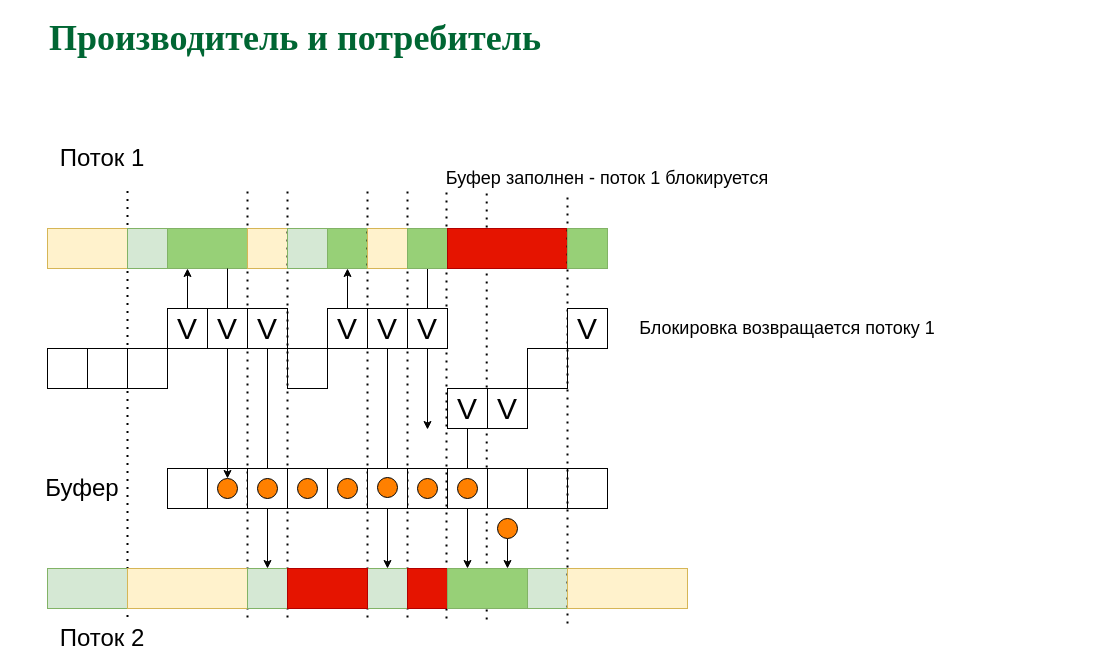
77maxikov/os_course keeps this draw.io diagram as page "Copy of ProCon - fail" (5 of 5) of sync.drawio. Above is the earlier version. Source tidied: cells renumbered, new cells numbered last; positions are measured from the earlier drawing's top-left corner, leaving out a move shared by most shapes. Both pictures are drawn from the tidied source at 100%, with x=0, y=0 at pixel (17, 28).
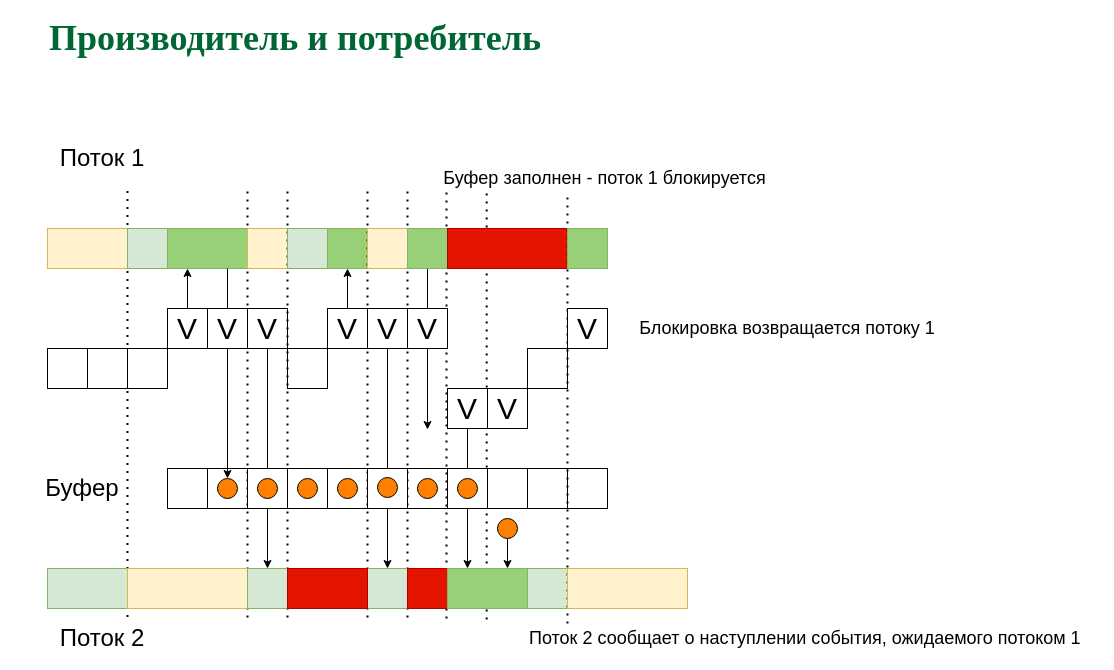
The same page after the edit.

The edit, as a diff of the source:
```diff
@@
-    <mxCell id="64" value="&lt;span style=&quot;font-size: 18px&quot;&gt;Буфер заполнен - поток 1 блокируется&lt;/span&gt;" style="text;html=1;strokeColor=none;fillColor=none;align=center;verticalAlign=middle;whiteSpace=wrap;rounded=0;" parent="1" vertex="1">
+    <mxCell id="64" value="&lt;span style=&quot;font-size: 18px&quot;&gt;Буфер заполнен - поток 1 блокируется&amp;nbsp;&lt;/span&gt;" style="text;html=1;strokeColor=none;fillColor=none;align=center;verticalAlign=middle;whiteSpace=wrap;rounded=0;" parent="1" vertex="1">
       <mxGeometry x="410" y="140" width="360" height="20" as="geometry" />
     </mxCell>
@@
+    <mxCell id="87" value="&lt;span style=&quot;font-size: 18px&quot;&gt;Поток 2 сообщает о наступлении события, ожидаемого потоком 1&lt;/span&gt;" style="text;html=1;strokeColor=none;fillColor=none;align=left;verticalAlign=middle;whiteSpace=wrap;rounded=0;" parent="1" vertex="1">
+      <mxGeometry x="510" y="600" width="570" height="20" as="geometry" />
+    </mxCell>
```
